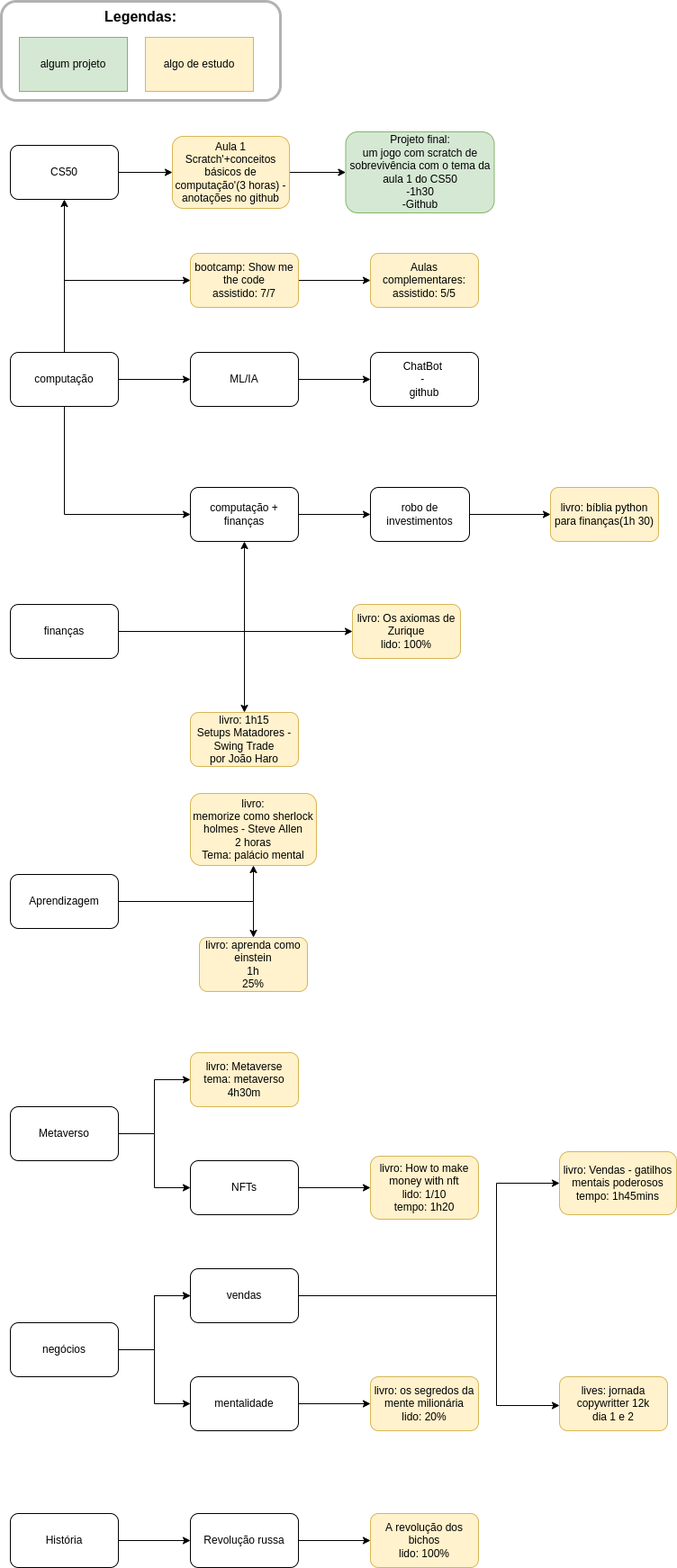
Earlier version of the draw.io export mystudies.drawio.png (gu-nog/my-studies). Source tidied: cells renumbered, new cells last; positions are measured from the earlier drawing's top-left corner, leaving out a move shared by most shapes.
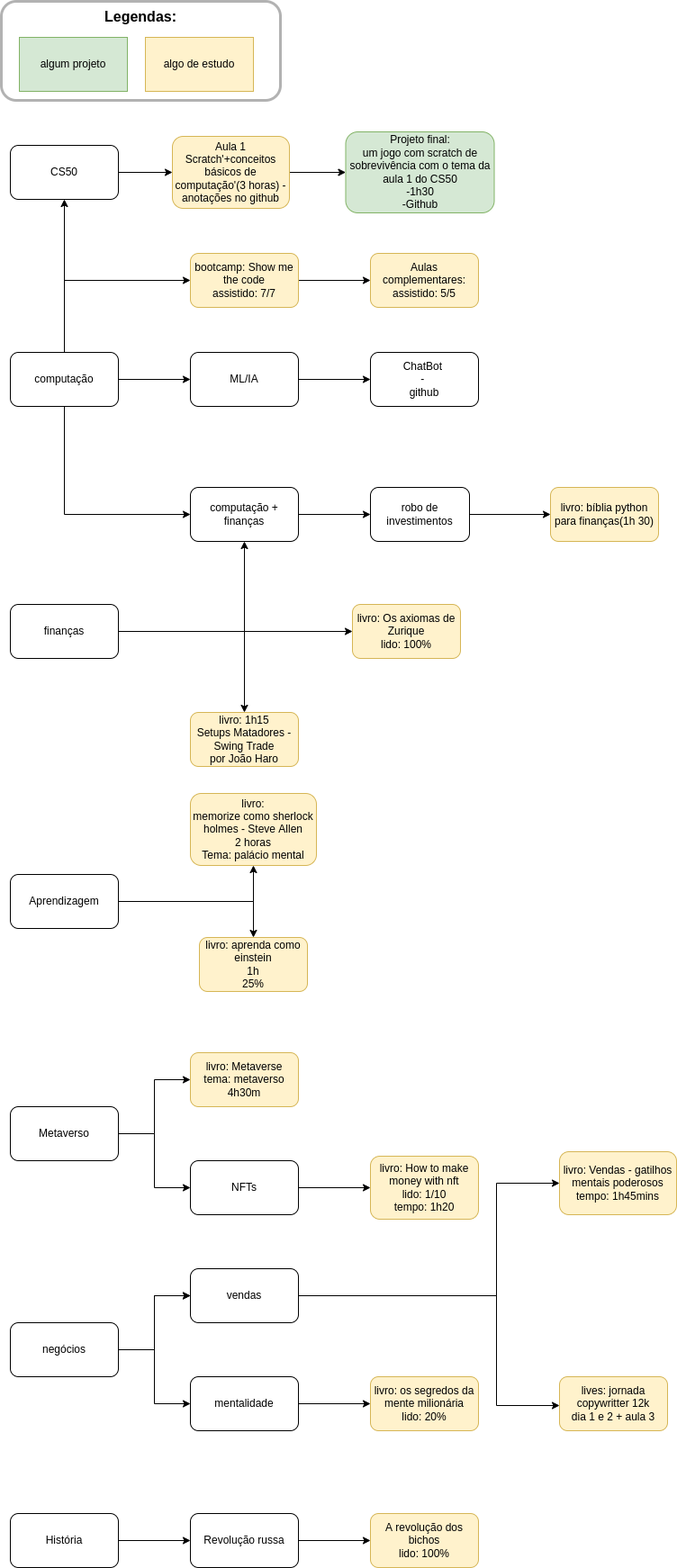
After the commit.

Change to the diagram source:
```diff
@@ -211,7 +211,7 @@
         </Array>
       </mxGeometry>
     </mxCell>
-    <mxCell id="60" value="lives: jornada copywritter 12k&lt;br&gt;dia 1 e 2" style="rounded=1;whiteSpace=wrap;html=1;fillColor=#fff2cc;strokeColor=#d6b656;" parent="1" vertex="1">
+    <mxCell id="60" value="lives: jornada copywritter 12k&lt;br&gt;dia 1 e 2 + aula 3" style="rounded=1;whiteSpace=wrap;html=1;fillColor=#fff2cc;strokeColor=#d6b656;" parent="1" vertex="1">
       <mxGeometry x="620" y="1528" width="120" height="60" as="geometry" />
     </mxCell>
   </root>
```
